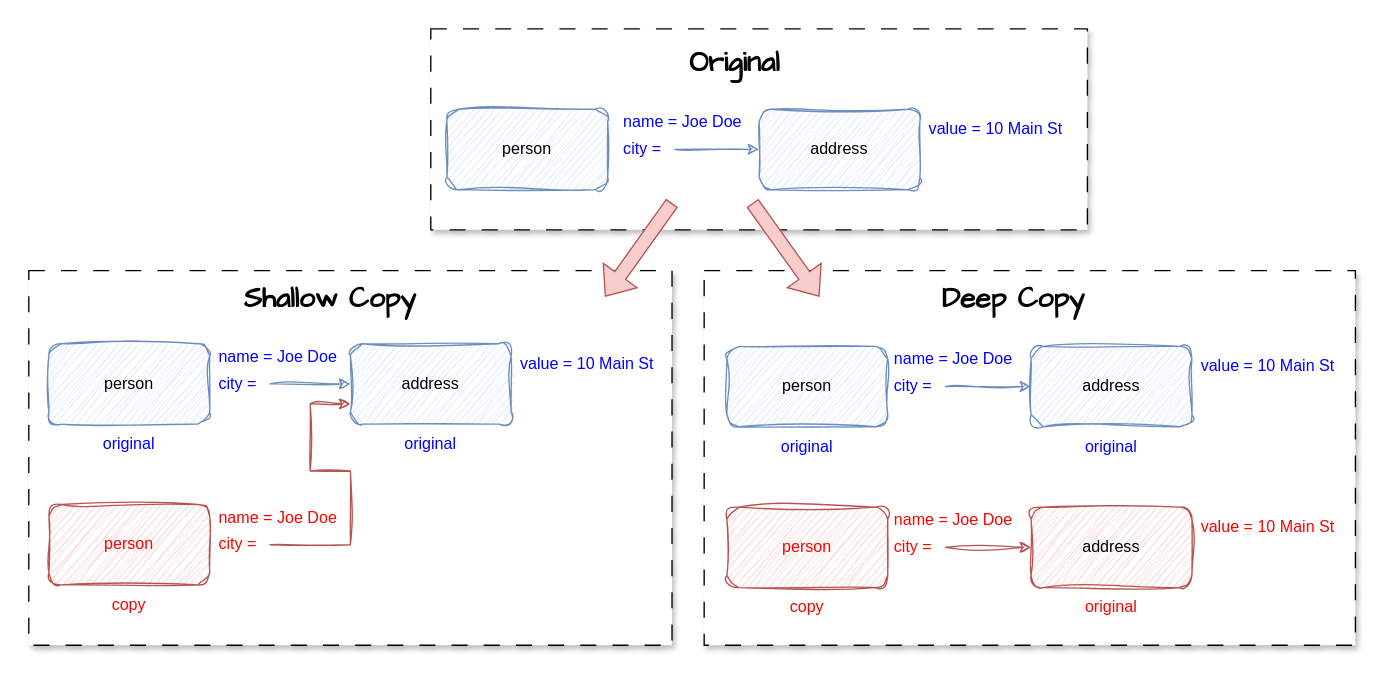
Before: deep-vs-shallow-copy/2023-12-01-java-shallow-and-deep-copy.drawio in gbornia/baeldung-articles, a draw.io diagram. Source tidied: cells renumbered, new cells numbered last; positions are measured from the earlier drawing's top-left corner, leaving out a move shared by most shapes. Both pictures are drawn from the tidied source at 134%, with x=0, y=0 at pixel (28, 28).
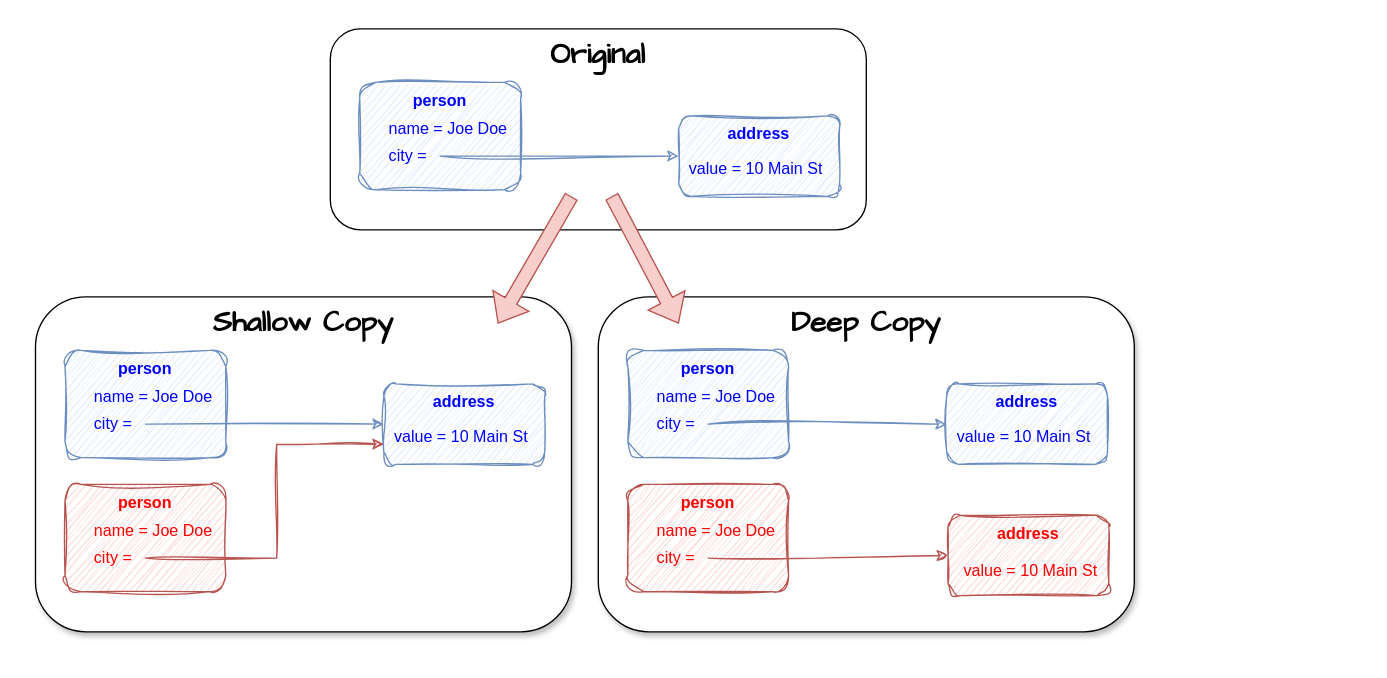
After the change.

Diff of the diagram source:
```diff
@@
-    <mxCell id="2" style="rounded=0;whiteSpace=wrap;html=1;dashed=1;shadow=1;dashPattern=12 12;" parent="1" vertex="1">
-      <mxGeometry x="300" width="490" height="150" as="geometry" />
-    </mxCell>
-    <mxCell id="3" value="Original" style="text;html=1;strokeColor=none;fillColor=none;align=center;verticalAlign=middle;whiteSpace=wrap;rounded=0;fontStyle=1;fontSize=21;fontFamily=Comic Sans MS;" parent="1" vertex="1">
-      <mxGeometry x="442" y="10" width="170" height="30" as="geometry" />
+    <mxCell id="3" value="Original" style="rounded=1;whiteSpace=wrap;html=1;fontStyle=1;fontFamily=Comic Sans MS;fontSize=22;verticalAlign=top;" parent="1" vertex="1">
+      <mxGeometry x="225" width="400" height="150" as="geometry" />
     </mxCell>
-    <mxCell id="4" style="rounded=0;whiteSpace=wrap;html=1;dashed=1;shadow=1;dashPattern=12 12;" parent="1" vertex="1">
-      <mxGeometry x="504" y="180.5" width="486" height="279.5" as="geometry" />
-    </mxCell>
-    <mxCell id="5" value="Deep Copy" style="text;html=1;strokeColor=none;fillColor=none;align=center;verticalAlign=middle;whiteSpace=wrap;rounded=0;fontStyle=1;fontSize=21;fontFamily=Comic Sans MS;" parent="1" vertex="1">
-      <mxGeometry x="650" y="186" width="170" height="30" as="geometry" />
-    </mxCell>
-    <mxCell id="6" style="rounded=0;whiteSpace=wrap;html=1;dashed=1;shadow=1;dashPattern=12 12;" parent="1" vertex="1">
-      <mxGeometry y="180.5" width="480" height="279.5" as="geometry" />
-    </mxCell>
-    <mxCell id="7" value="person" style="rounded=1;whiteSpace=wrap;html=1;sketch=1;curveFitting=1;jiggle=2;fillColor=#dae8fc;strokeColor=#6c8ebf;" parent="1" vertex="1">
-      <mxGeometry x="15" y="235" width="120" height="60" as="geometry" />
-    </mxCell>
-    <mxCell id="8" value="name = Joe Doe" style="text;html=1;strokeColor=none;fillColor=none;align=left;verticalAlign=middle;whiteSpace=wrap;rounded=0;fontColor=#0000FF;" parent="1" vertex="1">
-      <mxGeometry x="140" y="230" width="100" height="30" as="geometry" />
-    </mxCell>
-    <mxCell id="9" style="rounded=0;jettySize=auto;html=1;exitX=1;exitY=0.5;exitDx=0;exitDy=0;entryX=0;entryY=0.5;entryDx=0;entryDy=0;sketch=1;curveFitting=1;jiggle=2;fillColor=#dae8fc;strokeColor=#6c8ebf;" parent="1" edge="1" source="10" target="11">
-      <mxGeometry relative="1" as="geometry" />
-    </mxCell>
-    <mxCell id="10" value="city =" style="text;html=1;strokeColor=none;fillColor=none;align=left;verticalAlign=middle;whiteSpace=wrap;rounded=0;fontColor=#0000FF;" parent="1" vertex="1">
-      <mxGeometry x="140" y="250" width="40" height="30" as="geometry" />
-    </mxCell>
-    <mxCell id="11" value="address" style="rounded=1;whiteSpace=wrap;html=1;sketch=1;curveFitting=1;jiggle=2;fillColor=#dae8fc;strokeColor=#6c8ebf;" parent="1" vertex="1">
-      <mxGeometry x="240" y="235" width="120" height="60" as="geometry" />
-    </mxCell>
-    <mxCell id="12" value="value = 10 Main St" style="text;html=1;strokeColor=none;fillColor=none;align=left;verticalAlign=middle;whiteSpace=wrap;rounded=0;fontColor=#0000FF;" parent="1" vertex="1">
-      <mxGeometry x="365" y="235" width="110" height="30" as="geometry" />
-    </mxCell>
-    <mxCell id="13" value="original" style="text;html=1;strokeColor=none;fillColor=none;align=center;verticalAlign=middle;whiteSpace=wrap;rounded=0;fontColor=#0000FF;" parent="1" vertex="1">
-      <mxGeometry x="45" y="295" width="60" height="30" as="geometry" />
-    </mxCell>
-    <mxCell id="14" value="original" style="text;html=1;strokeColor=none;fillColor=none;align=center;verticalAlign=middle;whiteSpace=wrap;rounded=0;fontColor=#0000FF;" parent="1" vertex="1">
-      <mxGeometry x="270" y="295" width="60" height="30" as="geometry" />
-    </mxCell>
-    <mxCell id="15" value="person" style="rounded=1;whiteSpace=wrap;html=1;sketch=1;curveFitting=1;jiggle=2;fillColor=#f8cecc;strokeColor=#b85450;fontColor=#FF0000;" parent="1" vertex="1">
-      <mxGeometry x="15" y="355" width="120" height="60" as="geometry" />
-    </mxCell>
-    <mxCell id="16" value="name = Joe Doe" style="text;html=1;strokeColor=none;fillColor=none;align=left;verticalAlign=middle;whiteSpace=wrap;rounded=0;fontColor=#FF0000;" parent="1" vertex="1">
-      <mxGeometry x="140" y="350" width="100" height="30" as="geometry" />
-    </mxCell>
-    <mxCell id="17" style="rounded=0;jettySize=auto;html=1;exitX=1;exitY=0.5;exitDx=0;exitDy=0;entryX=0;entryY=0.75;entryDx=0;entryDy=0;sketch=1;curveFitting=1;jiggle=2;fillColor=#f8cecc;strokeColor=#b85450;" parent="1" edge="1" target="11">
-      <mxGeometry relative="1" as="geometry">
-        <mxPoint x="180" y="385" as="sourcePoint" />
-        <Array as="points">
-          <mxPoint x="240" y="385" />
-          <mxPoint x="240" y="330" />
-          <mxPoint x="210" y="330" />
-          <mxPoint x="210" y="280" />
-          <mxPoint x="240" y="280" />
-        </Array>
-      </mxGeometry>
-    </mxCell>
-    <mxCell id="18" value="copy" style="text;html=1;strokeColor=none;fillColor=none;align=center;verticalAlign=middle;whiteSpace=wrap;rounded=0;fontColor=#FF0000;" parent="1" vertex="1">
-      <mxGeometry x="45" y="415" width="60" height="30" as="geometry" />
-    </mxCell>
-    <mxCell id="19" value="city =" style="text;html=1;strokeColor=none;fillColor=none;align=left;verticalAlign=middle;whiteSpace=wrap;rounded=0;fontColor=#FF0000;" parent="1" vertex="1">
-      <mxGeometry x="140" y="370" width="40" height="30" as="geometry" />
-    </mxCell>
-    <mxCell id="20" value="person" style="rounded=1;whiteSpace=wrap;html=1;sketch=1;curveFitting=1;jiggle=2;fillColor=#dae8fc;strokeColor=#6c8ebf;" parent="1" vertex="1">
-      <mxGeometry x="312" y="60" width="120" height="60" as="geometry" />
+    <mxCell id="20" value="person" style="rounded=1;whiteSpace=wrap;html=1;sketch=1;curveFitting=1;jiggle=2;fillColor=#dae8fc;strokeColor=#6c8ebf;fontStyle=1;verticalAlign=top;fontColor=#0000FF;" parent="1" vertex="1">
+      <mxGeometry x="247" y="40" width="120" height="80" as="geometry" />
     </mxCell>
     <mxCell id="21" value="name = Joe Doe" style="text;html=1;strokeColor=none;fillColor=none;align=left;verticalAlign=middle;whiteSpace=wrap;rounded=0;fontColor=#0000FF;" parent="1" vertex="1">
-      <mxGeometry x="442" y="55" width="100" height="30" as="geometry" />
+      <mxGeometry x="267" y="60" width="100" height="30" as="geometry" />
     </mxCell>
@@
     <mxCell id="23" value="city =" style="text;html=1;strokeColor=none;fillColor=none;align=left;verticalAlign=middle;whiteSpace=wrap;rounded=0;fontColor=#0000FF;" parent="1" vertex="1">
-      <mxGeometry x="442" y="75" width="40" height="30" as="geometry" />
+      <mxGeometry x="267" y="80" width="40" height="30" as="geometry" />
     </mxCell>
-    <mxCell id="24" value="address" style="rounded=1;whiteSpace=wrap;html=1;sketch=1;curveFitting=1;jiggle=2;fillColor=#dae8fc;strokeColor=#6c8ebf;" parent="1" vertex="1">
-      <mxGeometry x="545" y="60" width="120" height="60" as="geometry" />
+    <mxCell id="24" value="address" style="rounded=1;whiteSpace=wrap;html=1;sketch=1;curveFitting=1;jiggle=2;fillColor=#dae8fc;strokeColor=#6c8ebf;fontStyle=1;verticalAlign=top;fontColor=#0000FF;" parent="1" vertex="1">
+      <mxGeometry x="485" y="65" width="120" height="60" as="geometry" />
     </mxCell>
     <mxCell id="25" value="value = 10 Main St" style="text;html=1;strokeColor=none;fillColor=none;align=left;verticalAlign=middle;whiteSpace=wrap;rounded=0;fontColor=#0000FF;" parent="1" vertex="1">
-      <mxGeometry x="670" y="60" width="110" height="30" as="geometry" />
+      <mxGeometry x="491" y="90" width="110" height="30" as="geometry" />
     </mxCell>
-    <mxCell id="26" value="person" style="rounded=1;whiteSpace=wrap;html=1;sketch=1;curveFitting=1;jiggle=2;fillColor=#dae8fc;strokeColor=#6c8ebf;" parent="1" vertex="1">
-      <mxGeometry x="521" y="237" width="120" height="60" as="geometry" />
-    </mxCell>
-    <mxCell id="27" value="name = Joe Doe" style="text;html=1;strokeColor=none;fillColor=none;align=left;verticalAlign=middle;whiteSpace=wrap;rounded=0;fontColor=#0000FF;" parent="1" vertex="1">
-      <mxGeometry x="644" y="232" width="100" height="30" as="geometry" />
-    </mxCell>
-    <mxCell id="28" style="rounded=0;jettySize=auto;html=1;exitX=1;exitY=0.5;exitDx=0;exitDy=0;entryX=0;entryY=0.5;entryDx=0;entryDy=0;sketch=1;curveFitting=1;jiggle=2;fillColor=#dae8fc;strokeColor=#6c8ebf;" parent="1" edge="1" source="29" target="30">
-      <mxGeometry relative="1" as="geometry" />
-    </mxCell>
-    <mxCell id="29" value="city =" style="text;html=1;strokeColor=none;fillColor=none;align=left;verticalAlign=middle;whiteSpace=wrap;rounded=0;fontColor=#0000FF;" parent="1" vertex="1">
-      <mxGeometry x="644" y="252" width="40" height="30" as="geometry" />
-    </mxCell>
-    <mxCell id="30" value="address" style="rounded=1;whiteSpace=wrap;html=1;sketch=1;curveFitting=1;jiggle=2;fillColor=#dae8fc;strokeColor=#6c8ebf;" parent="1" vertex="1">
-      <mxGeometry x="748" y="237" width="120" height="60" as="geometry" />
-    </mxCell>
-    <mxCell id="31" value="value = 10 Main St" style="text;html=1;strokeColor=none;fillColor=none;align=left;verticalAlign=middle;whiteSpace=wrap;rounded=0;fontColor=#0000FF;" parent="1" vertex="1">
-      <mxGeometry x="873" y="237" width="110" height="30" as="geometry" />
-    </mxCell>
-    <mxCell id="32" value="original" style="text;html=1;strokeColor=none;fillColor=none;align=center;verticalAlign=middle;whiteSpace=wrap;rounded=0;fontColor=#0000FF;" parent="1" vertex="1">
-      <mxGeometry x="551" y="297" width="60" height="30" as="geometry" />
-    </mxCell>
-    <mxCell id="33" value="original" style="text;html=1;strokeColor=none;fillColor=none;align=center;verticalAlign=middle;whiteSpace=wrap;rounded=0;fontColor=#0000FF;" parent="1" vertex="1">
-      <mxGeometry x="778" y="297" width="60" height="30" as="geometry" />
-    </mxCell>
-    <mxCell id="34" value="person" style="rounded=1;whiteSpace=wrap;html=1;sketch=1;curveFitting=1;jiggle=2;fillColor=#f8cecc;strokeColor=#b85450;fontColor=#FF0000;" parent="1" vertex="1">
-      <mxGeometry x="521" y="357" width="120" height="60" as="geometry" />
-    </mxCell>
-    <mxCell id="35" value="name = Joe Doe" style="text;html=1;strokeColor=none;fillColor=none;align=left;verticalAlign=middle;whiteSpace=wrap;rounded=0;fontColor=#FF0000;" parent="1" vertex="1">
-      <mxGeometry x="644" y="352" width="100" height="30" as="geometry" />
-    </mxCell>
-    <mxCell id="36" style="rounded=0;jettySize=auto;html=1;exitX=1;exitY=0.5;exitDx=0;exitDy=0;entryX=0;entryY=0.5;entryDx=0;entryDy=0;sketch=1;curveFitting=1;jiggle=2;fillColor=#f8cecc;strokeColor=#b85450;" parent="1" edge="1" target="39">
-      <mxGeometry relative="1" as="geometry">
-        <mxPoint x="684" y="387" as="sourcePoint" />
-      </mxGeometry>
-    </mxCell>
-    <mxCell id="37" value="copy" style="text;html=1;strokeColor=none;fillColor=none;align=center;verticalAlign=middle;whiteSpace=wrap;rounded=0;fontColor=#FF0000;" parent="1" vertex="1">
-      <mxGeometry x="551" y="417" width="60" height="30" as="geometry" />
-    </mxCell>
-    <mxCell id="38" value="city =" style="text;html=1;strokeColor=none;fillColor=none;align=left;verticalAlign=middle;whiteSpace=wrap;rounded=0;fontColor=#FF0000;" parent="1" vertex="1">
-      <mxGeometry x="644" y="372" width="40" height="30" as="geometry" />
-    </mxCell>
-    <mxCell id="39" value="address" style="rounded=1;whiteSpace=wrap;html=1;sketch=1;curveFitting=1;jiggle=2;fillColor=#f8cecc;strokeColor=#b85450;" parent="1" vertex="1">
-      <mxGeometry x="748" y="357" width="120" height="60" as="geometry" />
-    </mxCell>
+    <mxCell id="42" value="Shallow Copy" style="rounded=1;whiteSpace=wrap;html=1;fontStyle=1;fontFamily=Comic Sans MS;fontSize=22;verticalAlign=top;shadow=1;" parent="1" vertex="1">
+      <mxGeometry x="5" y="200" width="400" height="250" as="geometry" />
+    </mxCell>
+    <mxCell id="45" value="person" style="rounded=1;whiteSpace=wrap;html=1;sketch=1;curveFitting=1;jiggle=2;fillColor=#dae8fc;strokeColor=#6c8ebf;fontStyle=1;verticalAlign=top;fontColor=#0000FF;" parent="1" vertex="1">
+      <mxGeometry x="27" y="240" width="120" height="80" as="geometry" />
+    </mxCell>
+    <mxCell id="46" value="name = Joe Doe" style="text;html=1;strokeColor=none;fillColor=none;align=left;verticalAlign=middle;whiteSpace=wrap;rounded=0;fontColor=#0000FF;" parent="1" vertex="1">
+      <mxGeometry x="47" y="260" width="100" height="30" as="geometry" />
+    </mxCell>
+    <mxCell id="47" style="rounded=0;jettySize=auto;html=1;exitX=1;exitY=0.5;exitDx=0;exitDy=0;entryX=0;entryY=0.5;entryDx=0;entryDy=0;sketch=1;curveFitting=1;jiggle=2;fontColor=#0000FF;fillColor=#dae8fc;strokeColor=#6c8ebf;" parent="1" edge="1" source="48" target="49">
+      <mxGeometry relative="1" as="geometry" />
+    </mxCell>
+    <mxCell id="48" value="city =" style="text;html=1;strokeColor=none;fillColor=none;align=left;verticalAlign=middle;whiteSpace=wrap;rounded=0;fontColor=#0000FF;" parent="1" vertex="1">
+      <mxGeometry x="47" y="280" width="40" height="30" as="geometry" />
+    </mxCell>
+    <mxCell id="49" value="address" style="rounded=1;whiteSpace=wrap;html=1;sketch=1;curveFitting=1;jiggle=2;fillColor=#dae8fc;strokeColor=#6c8ebf;fontStyle=1;verticalAlign=top;fontColor=#0000FF;" parent="1" vertex="1">
+      <mxGeometry x="265" y="265" width="120" height="60" as="geometry" />
+    </mxCell>
+    <mxCell id="50" value="value = 10 Main St" style="text;html=1;strokeColor=none;fillColor=none;align=left;verticalAlign=middle;whiteSpace=wrap;rounded=0;fontColor=#0000FF;" parent="1" vertex="1">
+      <mxGeometry x="271" y="290" width="110" height="30" as="geometry" />
+    </mxCell>
+    <mxCell id="51" value="person" style="rounded=1;whiteSpace=wrap;html=1;sketch=1;curveFitting=1;jiggle=2;fillColor=#f8cecc;strokeColor=#b85450;fontStyle=1;verticalAlign=top;fontColor=#FF0000;" parent="1" vertex="1">
+      <mxGeometry x="27" y="340" width="120" height="80" as="geometry" />
+    </mxCell>
+    <mxCell id="52" value="name = Joe Doe" style="text;html=1;strokeColor=none;fillColor=none;align=left;verticalAlign=middle;whiteSpace=wrap;rounded=0;fontColor=#FF0000;" parent="1" vertex="1">
+      <mxGeometry x="47" y="360" width="100" height="30" as="geometry" />
+    </mxCell>
+    <mxCell id="53" value="city =" style="text;html=1;strokeColor=none;fillColor=none;align=left;verticalAlign=middle;whiteSpace=wrap;rounded=0;fontColor=#FF0000;" parent="1" vertex="1">
+      <mxGeometry x="47" y="380" width="40" height="30" as="geometry" />
+    </mxCell>
+    <mxCell id="54" style="rounded=0;jettySize=auto;html=1;exitX=1;exitY=0.5;exitDx=0;exitDy=0;sketch=1;curveFitting=1;jiggle=2;fontColor=#FF0000;fillColor=#f8cecc;strokeColor=#b85450;entryX=0;entryY=0.75;entryDx=0;entryDy=0;" parent="1" edge="1" source="53" target="49">
+      <mxGeometry relative="1" as="geometry">
+        <Array as="points">
+          <mxPoint x="185" y="395" />
+          <mxPoint x="185" y="310" />
+        </Array>
+      </mxGeometry>
+    </mxCell>
+    <mxCell id="5" value="Deep Copy" style="rounded=1;whiteSpace=wrap;html=1;fontStyle=1;fontFamily=Comic Sans MS;fontSize=22;verticalAlign=top;shadow=1;" parent="1" vertex="1">
+      <mxGeometry x="425" y="200" width="400" height="250" as="geometry" />
+    </mxCell>
+    <mxCell id="55" value="person" style="rounded=1;whiteSpace=wrap;html=1;sketch=1;curveFitting=1;jiggle=2;fillColor=#dae8fc;strokeColor=#6c8ebf;fontStyle=1;verticalAlign=top;fontColor=#0000FF;" parent="1" vertex="1">
+      <mxGeometry x="447" y="240" width="120" height="80" as="geometry" />
+    </mxCell>
+    <mxCell id="56" value="name = Joe Doe" style="text;html=1;strokeColor=none;fillColor=none;align=left;verticalAlign=middle;whiteSpace=wrap;rounded=0;fontColor=#0000FF;" parent="1" vertex="1">
+      <mxGeometry x="467" y="260" width="100" height="30" as="geometry" />
+    </mxCell>
+    <mxCell id="57" style="rounded=0;jettySize=auto;html=1;exitX=1;exitY=0.5;exitDx=0;exitDy=0;entryX=0;entryY=0.5;entryDx=0;entryDy=0;sketch=1;curveFitting=1;jiggle=2;fontColor=#0000FF;fillColor=#dae8fc;strokeColor=#6c8ebf;" parent="1" edge="1" source="58" target="59">
+      <mxGeometry relative="1" as="geometry" />
+    </mxCell>
+    <mxCell id="58" value="city =" style="text;html=1;strokeColor=none;fillColor=none;align=left;verticalAlign=middle;whiteSpace=wrap;rounded=0;fontColor=#0000FF;" parent="1" vertex="1">
+      <mxGeometry x="467" y="280" width="40" height="30" as="geometry" />
+    </mxCell>
+    <mxCell id="59" value="address" style="rounded=1;whiteSpace=wrap;html=1;sketch=1;curveFitting=1;jiggle=2;fillColor=#dae8fc;strokeColor=#6c8ebf;fontStyle=1;verticalAlign=top;fontColor=#0000FF;" parent="1" vertex="1">
+      <mxGeometry x="685" y="265" width="120" height="60" as="geometry" />
+    </mxCell>
+    <mxCell id="60" value="value = 10 Main St" style="text;html=1;strokeColor=none;fillColor=none;align=left;verticalAlign=middle;whiteSpace=wrap;rounded=0;fontColor=#0000FF;" parent="1" vertex="1">
+      <mxGeometry x="691" y="290" width="110" height="30" as="geometry" />
+    </mxCell>
+    <mxCell id="61" value="person" style="rounded=1;whiteSpace=wrap;html=1;sketch=1;curveFitting=1;jiggle=2;fillColor=#f8cecc;strokeColor=#b85450;fontStyle=1;verticalAlign=top;fontColor=#FF0000;" parent="1" vertex="1">
+      <mxGeometry x="447" y="340" width="120" height="80" as="geometry" />
+    </mxCell>
+    <mxCell id="62" value="name = Joe Doe" style="text;html=1;strokeColor=none;fillColor=none;align=left;verticalAlign=middle;whiteSpace=wrap;rounded=0;fontColor=#FF0000;" parent="1" vertex="1">
+      <mxGeometry x="467" y="360" width="100" height="30" as="geometry" />
+    </mxCell>
+    <mxCell id="63" value="city =" style="text;html=1;strokeColor=none;fillColor=none;align=left;verticalAlign=middle;whiteSpace=wrap;rounded=0;fontColor=#FF0000;" parent="1" vertex="1">
+      <mxGeometry x="467" y="380" width="40" height="30" as="geometry" />
+    </mxCell>
+    <mxCell id="64" style="rounded=0;jettySize=auto;html=1;exitX=1;exitY=0.5;exitDx=0;exitDy=0;sketch=1;curveFitting=1;jiggle=2;fontColor=#FF0000;fillColor=#f8cecc;strokeColor=#b85450;entryX=0;entryY=0.5;entryDx=0;entryDy=0;" parent="1" edge="1" source="63" target="65">
+      <mxGeometry relative="1" as="geometry" />
+    </mxCell>
+    <mxCell id="65" value="address" style="rounded=1;whiteSpace=wrap;html=1;sketch=1;curveFitting=1;jiggle=2;fillColor=#f8cecc;strokeColor=#b85450;fontStyle=1;verticalAlign=top;fontColor=#FF0000;" parent="1" vertex="1">
+      <mxGeometry x="686" y="363" width="120" height="60" as="geometry" />
+    </mxCell>
     <mxCell id="40" value="value = 10 Main St" style="text;html=1;strokeColor=none;fillColor=none;align=left;verticalAlign=middle;whiteSpace=wrap;rounded=0;fontColor=#FF0000;" parent="1" vertex="1">
-      <mxGeometry x="873" y="357" width="110" height="30" as="geometry" />
+      <mxGeometry x="696" y="390" width="110" height="30" as="geometry" />
     </mxCell>
-    <mxCell id="41" value="original" style="text;html=1;strokeColor=none;fillColor=none;align=center;verticalAlign=middle;whiteSpace=wrap;rounded=0;fontColor=#FF0000;" parent="1" vertex="1">
-      <mxGeometry x="778" y="417" width="60" height="30" as="geometry" />
-    </mxCell>
-    <mxCell id="42" value="Shallow Copy" style="text;html=1;strokeColor=none;fillColor=none;align=center;verticalAlign=middle;whiteSpace=wrap;rounded=0;fontStyle=1;fontSize=21;fontFamily=Comic Sans MS;" parent="1" vertex="1">
-      <mxGeometry x="140" y="186" width="170" height="30" as="geometry" />
-    </mxCell>
-    <mxCell id="43" style="shape=flexArrow;endArrow=classic;html=1;rounded=0;fillColor=#f8cecc;strokeColor=#b85450;" parent="1" edge="1">
-      <mxGeometry relative="1" as="geometry">
-        <mxPoint x="480" y="130" as="sourcePoint" />
-        <mxPoint x="430" y="200" as="targetPoint" />
-      </mxGeometry>
-    </mxCell>
-    <mxCell id="44" style="shape=flexArrow;endArrow=classic;html=1;rounded=0;fillColor=#f8cecc;strokeColor=#b85450;" parent="1" edge="1">
-      <mxGeometry relative="1" as="geometry">
-        <mxPoint x="540" y="130" as="sourcePoint" />
-        <mxPoint x="590" y="200" as="targetPoint" />
-      </mxGeometry>
-    </mxCell>
+    <mxCell id="66" style="shape=flexArrow;endArrow=classic;html=1;rounded=0;fillColor=#f8cecc;strokeColor=#b85450;" parent="1" edge="1">
+      <mxGeometry relative="1" as="geometry">
+        <mxPoint x="405" y="125" as="sourcePoint" />
+        <mxPoint x="350" y="220" as="targetPoint" />
+      </mxGeometry>
+    </mxCell>
+    <mxCell id="67" style="shape=flexArrow;endArrow=classic;html=1;rounded=0;fillColor=#f8cecc;strokeColor=#b85450;" parent="1" edge="1">
+      <mxGeometry relative="1" as="geometry">
+        <mxPoint x="435" y="125" as="sourcePoint" />
+        <mxPoint x="485" y="220" as="targetPoint" />
+      </mxGeometry>
+    </mxCell>
```
